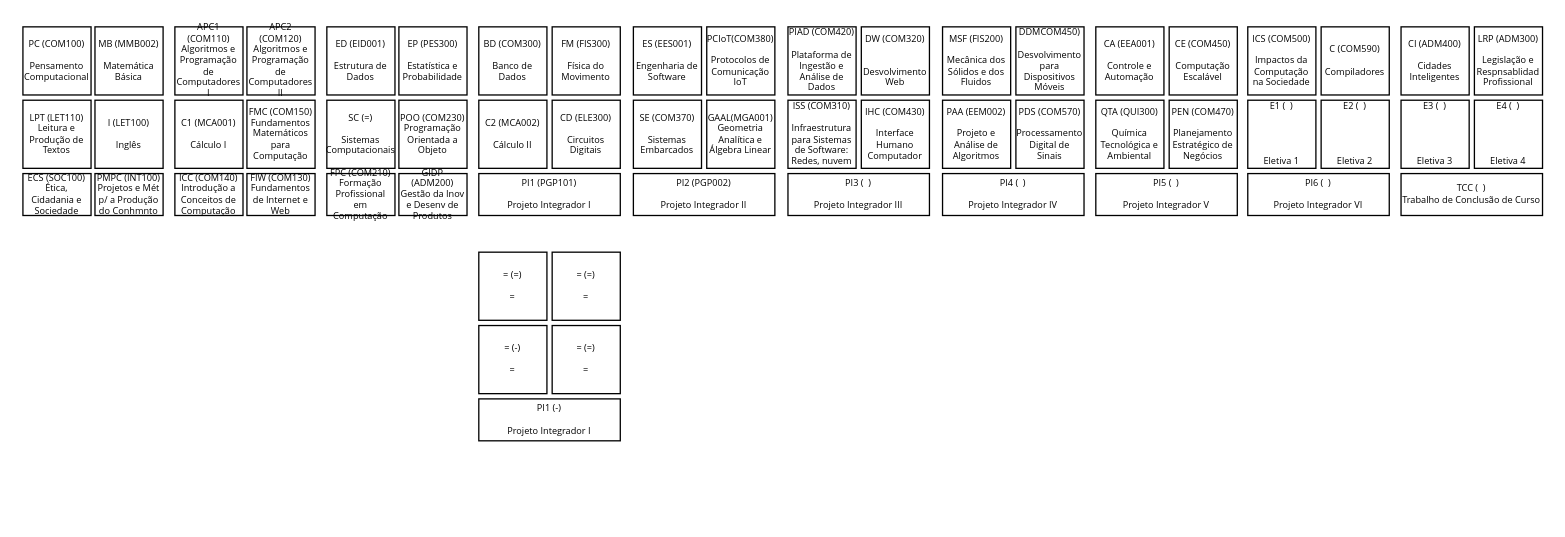
The draw.io diagram Diagrama sem título.drawio in Adson360/Adson360, before the edit. Source tidied: cells renumbered, new cells numbered last; positions are measured from the earlier drawing's top-left corner, leaving out a move shared by most shapes. Both pictures are drawn from the tidied source at 131%, with x=0, y=0 at pixel (22, 26).
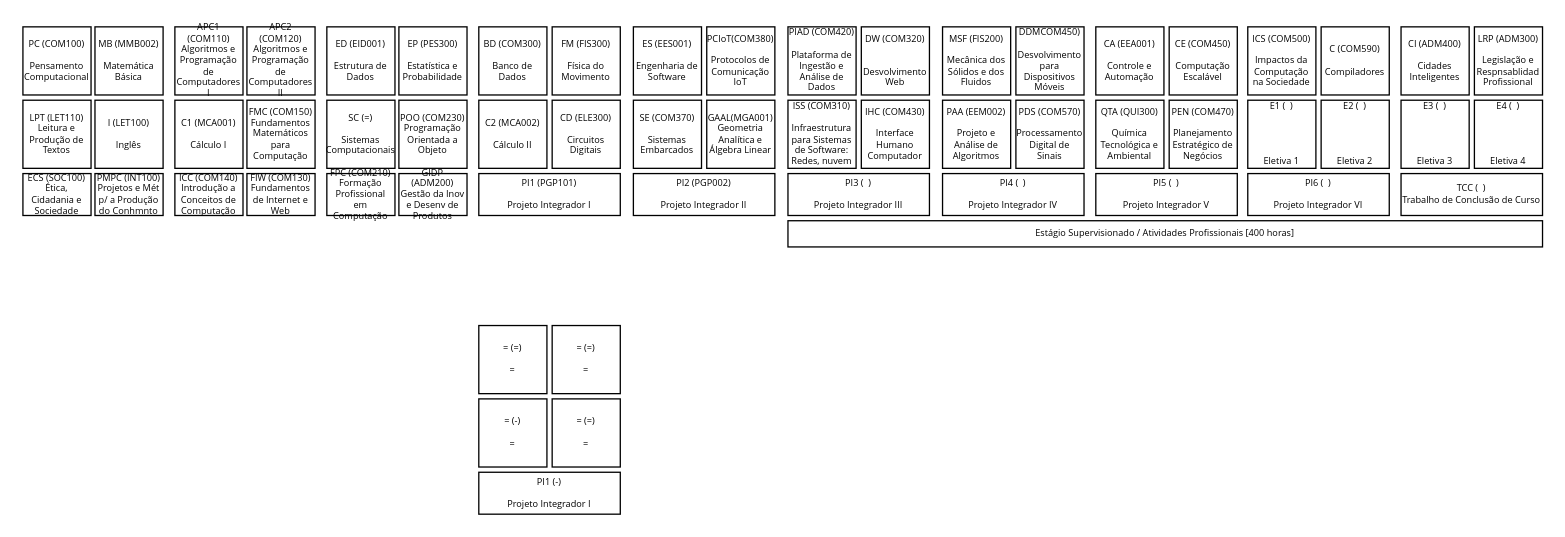
The same diagram, later.

The edit, as a diff of the source:
```diff
@@
     <mxCell id="55" value="&lt;div style=&quot;font-size: 7px&quot;&gt;PI1 (-)&lt;/div&gt;&lt;div style=&quot;font-size: 7px&quot;&gt;&lt;br style=&quot;font-size: 7px&quot;&gt;&lt;/div&gt;&lt;div style=&quot;font-size: 7px&quot;&gt;Projeto Integrador I&lt;br style=&quot;font-size: 7px&quot;&gt;&lt;/div&gt;" style="rounded=0;whiteSpace=wrap;html=1;labelBorderColor=none;labelBackgroundColor=none;glass=0;fontSize=7;fontFamily=Segoe UI;" parent="1" vertex="1">
-      <mxGeometry x="348" y="284" width="108" height="32" as="geometry" />
+      <mxGeometry x="348" y="340" width="108" height="32" as="geometry" />
     </mxCell>
     <mxCell id="56" value="&lt;div style=&quot;font-size: 7px&quot;&gt;= (=)&lt;/div&gt;&lt;div style=&quot;font-size: 7px&quot;&gt;&lt;br style=&quot;font-size: 7px&quot;&gt;&lt;/div&gt;=" style="rounded=0;whiteSpace=wrap;html=1;labelBorderColor=none;labelBackgroundColor=none;glass=0;fontSize=7;fontFamily=Segoe UI;" parent="1" vertex="1">
-      <mxGeometry x="348" y="172" width="52" height="52" as="geometry" />
+      <mxGeometry x="348" y="228" width="52" height="52" as="geometry" />
     </mxCell>
     <mxCell id="57" value="&lt;div style=&quot;font-size: 7px&quot;&gt;= (-)&lt;/div&gt;&lt;div style=&quot;font-size: 7px&quot;&gt;&lt;br style=&quot;font-size: 7px&quot;&gt;&lt;/div&gt;&lt;div style=&quot;font-size: 7px&quot;&gt;=&lt;br style=&quot;font-size: 7px&quot;&gt;&lt;/div&gt;" style="rounded=0;whiteSpace=wrap;html=1;labelBorderColor=none;labelBackgroundColor=none;glass=0;fontSize=7;fontFamily=Segoe UI;" parent="1" vertex="1">
-      <mxGeometry x="348" y="228" width="52" height="52" as="geometry" />
+      <mxGeometry x="348" y="284" width="52" height="52" as="geometry" />
     </mxCell>
     <mxCell id="58" value="&lt;div style=&quot;font-size: 7px&quot;&gt;= (=)&lt;/div&gt;&lt;div style=&quot;font-size: 7px&quot;&gt;&lt;br style=&quot;font-size: 7px&quot;&gt;&lt;/div&gt;&lt;div style=&quot;font-size: 7px&quot;&gt;=&lt;br style=&quot;font-size: 7px&quot;&gt;&lt;/div&gt;" style="rounded=0;whiteSpace=wrap;html=1;labelBorderColor=none;labelBackgroundColor=none;glass=0;fontSize=7;fontFamily=Segoe UI;" parent="1" vertex="1">
-      <mxGeometry x="404" y="172" width="52" height="52" as="geometry" />
+      <mxGeometry x="404" y="228" width="52" height="52" as="geometry" />
     </mxCell>
     <mxCell id="59" value="&lt;div style=&quot;font-size: 7px&quot;&gt;= (=)&lt;/div&gt;&lt;div style=&quot;font-size: 7px&quot;&gt;&lt;br style=&quot;font-size: 7px&quot;&gt;&lt;/div&gt;&lt;div style=&quot;font-size: 7px&quot;&gt;=&lt;br style=&quot;font-size: 7px&quot;&gt;&lt;/div&gt;" style="rounded=0;whiteSpace=wrap;html=1;labelBorderColor=none;labelBackgroundColor=none;glass=0;fontSize=7;fontFamily=Segoe UI;" parent="1" vertex="1">
-      <mxGeometry x="404" y="228" width="52" height="52" as="geometry" />
+      <mxGeometry x="404" y="284" width="52" height="52" as="geometry" />
     </mxCell>
+    <mxCell id="60" value="Estágio Supervisionado / Atividades Profissionais [400 horas] " style="rounded=0;whiteSpace=wrap;html=1;labelBorderColor=none;labelBackgroundColor=none;glass=0;fontSize=7;fontFamily=Segoe UI;" parent="1" vertex="1">
+      <mxGeometry x="584" y="148" width="576" height="20" as="geometry" />
+    </mxCell>
```
